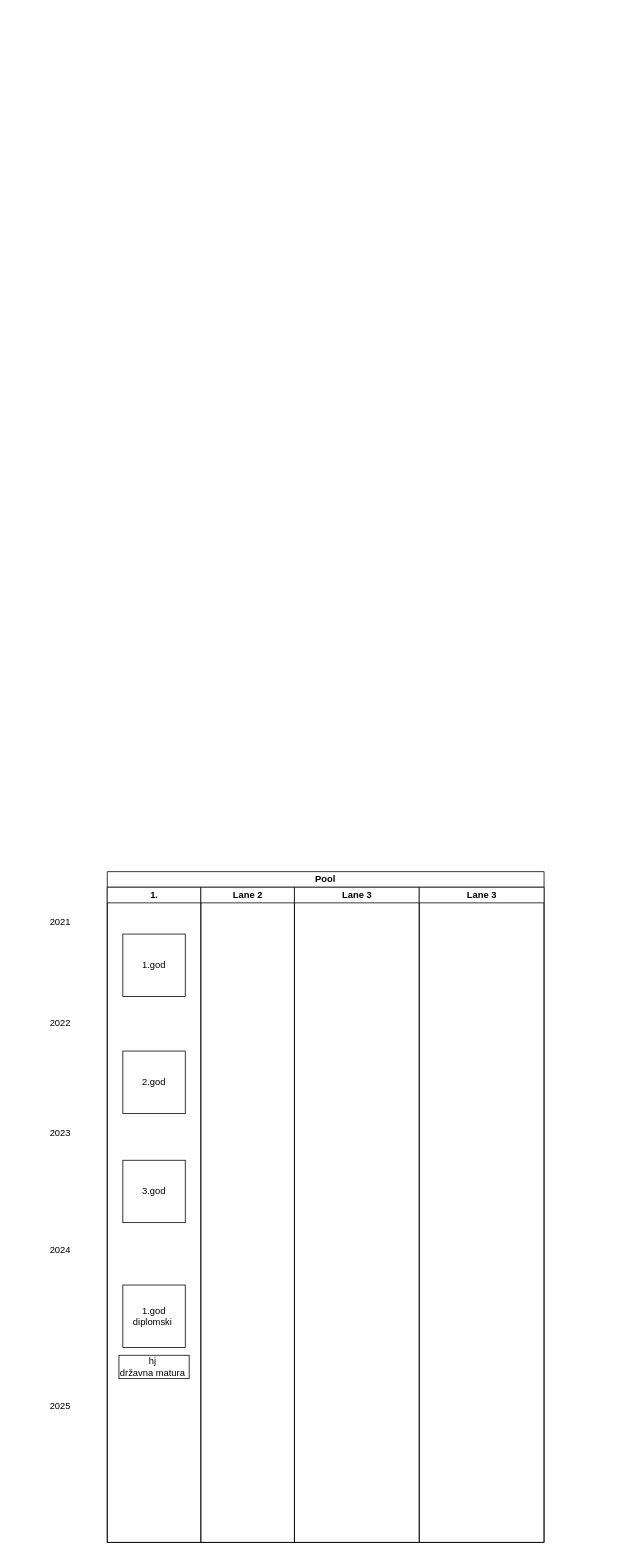
This is Untitled Diagram.drawio from RankoSimic/mix, a draw.io file, before an edit. Source tidied: cells renumbered, new cells numbered last; positions are measured from the earlier drawing's top-left corner, leaving out a move shared by most shapes. Both pictures are drawn from the tidied source at 78%, with x=0, y=0 at pixel (37, 871).
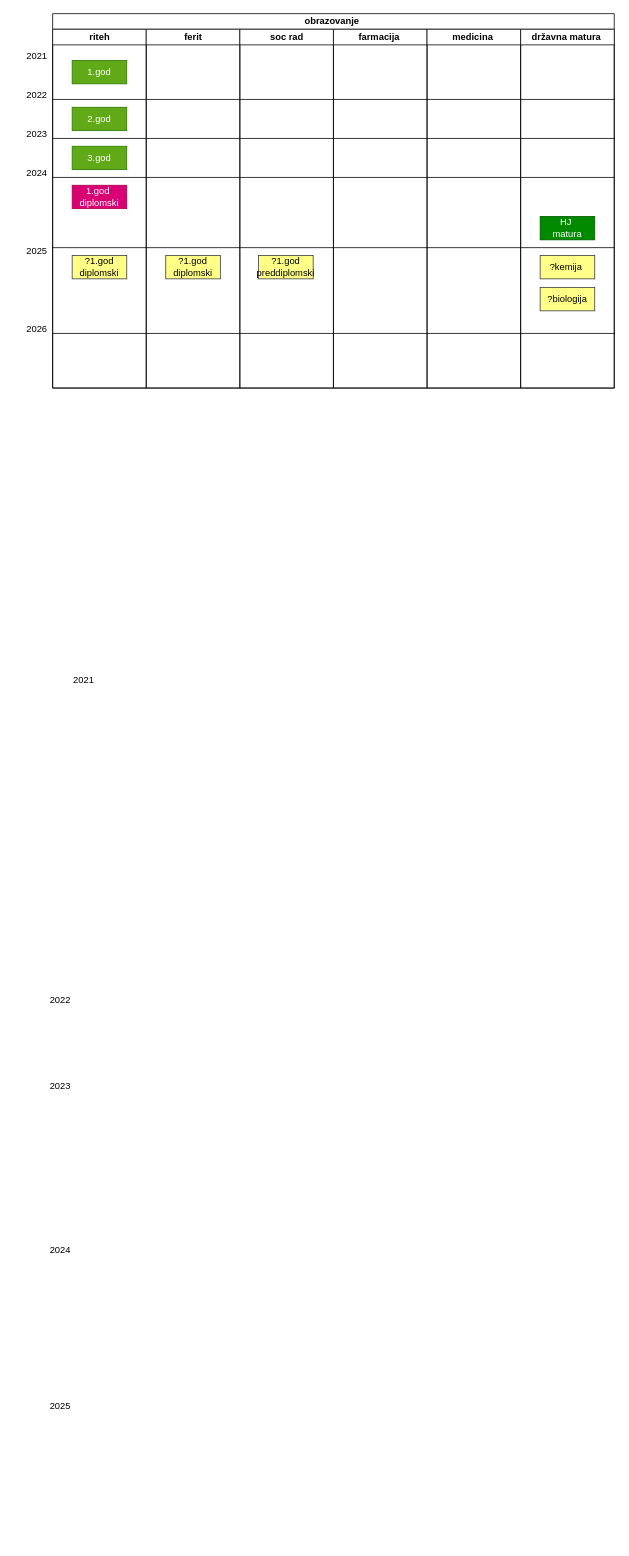
Above is the later version.

What changed in the source:
```diff
@@
-    <mxCell id="2" value="Pool" style="swimlane;html=1;startSize=20;whiteSpace=wrap;" parent="1" vertex="1">
-      <mxGeometry x="90" width="560" height="860" as="geometry" />
-    </mxCell>
-    <mxCell id="3" value="1." style="swimlane;html=1;startSize=20;" parent="2" vertex="1">
-      <mxGeometry y="20" width="120" height="840" as="geometry" />
-    </mxCell>
-    <mxCell id="4" value="1.god" style="whiteSpace=wrap;html=1;" parent="3" vertex="1">
-      <mxGeometry x="20" y="60" width="80" height="80" as="geometry" />
-    </mxCell>
-    <mxCell id="5" value="2.god" style="whiteSpace=wrap;html=1;" parent="3" vertex="1">
-      <mxGeometry x="20" y="210" width="80" height="80" as="geometry" />
-    </mxCell>
-    <mxCell id="6" value="3.god" style="whiteSpace=wrap;html=1;" parent="3" vertex="1">
-      <mxGeometry x="20" y="350" width="80" height="80" as="geometry" />
-    </mxCell>
-    <mxCell id="7" value="1.god&lt;div&gt;diplomski&amp;nbsp;&lt;/div&gt;" style="whiteSpace=wrap;html=1;" parent="3" vertex="1">
-      <mxGeometry x="20" y="510" width="80" height="80" as="geometry" />
-    </mxCell>
-    <mxCell id="8" value="hj&amp;nbsp;&lt;div&gt;državna matura&amp;nbsp;&lt;/div&gt;" style="rounded=0;whiteSpace=wrap;html=1;" parent="3" vertex="1">
-      <mxGeometry x="15" y="600" width="90" height="30" as="geometry" />
-    </mxCell>
-    <mxCell id="9" value="Lane 2" style="swimlane;html=1;startSize=20;" parent="2" vertex="1">
-      <mxGeometry x="120" y="20" width="120" height="840" as="geometry" />
-    </mxCell>
-    <mxCell id="10" value="Lane 3" style="swimlane;html=1;startSize=20;" parent="2" vertex="1">
-      <mxGeometry x="240" y="20" width="160" height="840" as="geometry" />
-    </mxCell>
-    <mxCell id="11" value="Lane 3" style="swimlane;html=1;startSize=20;" parent="2" vertex="1">
-      <mxGeometry x="400" y="20" width="160" height="840" as="geometry" />
-    </mxCell>
     <mxCell id="12" value="2021" style="text;html=1;align=center;verticalAlign=middle;whiteSpace=wrap;rounded=0;" parent="1" vertex="1">
-      <mxGeometry y="50" width="60" height="30" as="geometry" />
+      <mxGeometry x="30" y="-260" width="60" height="30" as="geometry" />
     </mxCell>
     <mxCell id="13" value="2022" style="text;html=1;align=center;verticalAlign=middle;whiteSpace=wrap;rounded=0;" parent="1" vertex="1">
-      <mxGeometry y="180" width="60" height="30" as="geometry" />
+      <mxGeometry y="150" width="60" height="30" as="geometry" />
     </mxCell>
     <mxCell id="14" value="2023" style="text;html=1;align=center;verticalAlign=middle;whiteSpace=wrap;rounded=0;" parent="1" vertex="1">
-      <mxGeometry y="320" width="60" height="30" as="geometry" />
+      <mxGeometry y="260" width="60" height="30" as="geometry" />
     </mxCell>
@@
+    <mxCell id="17" value="obrazovanje&amp;nbsp;" style="swimlane;html=1;startSize=20;whiteSpace=wrap;" parent="1" vertex="1">
+      <mxGeometry x="20" y="-1100" width="720" height="480" as="geometry" />
+    </mxCell>
+    <mxCell id="18" value="riteh" style="swimlane;html=1;startSize=20;" parent="17" vertex="1">
+      <mxGeometry y="20" width="120" height="460" as="geometry" />
+    </mxCell>
+    <mxCell id="4" value="1.god" style="rounded=0;whiteSpace=wrap;html=1;fillColor=#60a917;fontColor=#ffffff;strokeColor=#2D7600;" parent="18" vertex="1">
+      <mxGeometry x="25" y="40" width="70" height="30" as="geometry" />
+    </mxCell>
+    <mxCell id="5" value="2.god" style="rounded=0;whiteSpace=wrap;html=1;fillColor=#60a917;fontColor=#ffffff;strokeColor=#2D7600;" parent="18" vertex="1">
+      <mxGeometry x="25" y="100" width="70" height="30" as="geometry" />
+    </mxCell>
+    <mxCell id="6" value="3.god" style="rounded=0;whiteSpace=wrap;html=1;fillColor=#60a917;fontColor=#ffffff;strokeColor=#2D7600;" parent="18" vertex="1">
+      <mxGeometry x="25" y="150" width="70" height="30" as="geometry" />
+    </mxCell>
+    <mxCell id="7" value="1.god&amp;nbsp;&lt;div&gt;diplomski&lt;/div&gt;" style="rounded=0;whiteSpace=wrap;html=1;fillColor=#d80073;fontColor=#ffffff;strokeColor=#A50040;" parent="18" vertex="1">
+      <mxGeometry x="25" y="200" width="70" height="30" as="geometry" />
+    </mxCell>
+    <mxCell id="19" value="?1.god&lt;div&gt;diplomski&lt;/div&gt;" style="rounded=0;whiteSpace=wrap;html=1;fillColor=#ffff88;strokeColor=#36393d;" parent="18" vertex="1">
+      <mxGeometry x="25" y="290" width="70" height="30" as="geometry" />
+    </mxCell>
+    <mxCell id="20" value="ferit" style="swimlane;html=1;startSize=20;" parent="17" vertex="1">
+      <mxGeometry x="120" y="20" width="120" height="460" as="geometry" />
+    </mxCell>
+    <mxCell id="21" style="endArrow=none;html=1;rounded=0;exitX=0.833;exitY=0.667;exitDx=0;exitDy=0;exitPerimeter=0;" parent="20" edge="1">
+      <mxGeometry relative="1" as="geometry">
+        <mxPoint x="-120" y="140" as="sourcePoint" />
+        <mxPoint x="600" y="140" as="targetPoint" />
+      </mxGeometry>
+    </mxCell>
+    <mxCell id="22" style="endArrow=none;html=1;rounded=0;exitX=0.833;exitY=0.667;exitDx=0;exitDy=0;exitPerimeter=0;" parent="20" edge="1">
+      <mxGeometry relative="1" as="geometry">
+        <mxPoint x="-120" y="190" as="sourcePoint" />
+        <mxPoint x="600" y="190" as="targetPoint" />
+      </mxGeometry>
+    </mxCell>
+    <mxCell id="23" style="endArrow=none;html=1;rounded=0;exitX=0.833;exitY=0.667;exitDx=0;exitDy=0;exitPerimeter=0;" parent="20" edge="1">
+      <mxGeometry relative="1" as="geometry">
+        <mxPoint x="-120" y="280" as="sourcePoint" />
+        <mxPoint x="600" y="280" as="targetPoint" />
+      </mxGeometry>
+    </mxCell>
+    <mxCell id="24" style="endArrow=none;html=1;rounded=0;exitX=0.833;exitY=0.667;exitDx=0;exitDy=0;exitPerimeter=0;" parent="20" edge="1">
+      <mxGeometry relative="1" as="geometry">
+        <mxPoint x="-120" y="390" as="sourcePoint" />
+        <mxPoint x="600" y="390" as="targetPoint" />
+      </mxGeometry>
+    </mxCell>
+    <mxCell id="25" value="?1.god&lt;div&gt;diplomski&lt;/div&gt;" style="rounded=0;whiteSpace=wrap;html=1;fillColor=#ffff88;strokeColor=#36393d;" parent="20" vertex="1">
+      <mxGeometry x="25" y="290" width="70" height="30" as="geometry" />
+    </mxCell>
+    <mxCell id="26" value="soc rad" style="swimlane;html=1;startSize=20;" parent="17" vertex="1">
+      <mxGeometry x="240" y="20" width="120" height="460" as="geometry" />
+    </mxCell>
+    <mxCell id="27" value="?1.god&lt;div&gt;preddiplomski&lt;/div&gt;" style="rounded=0;whiteSpace=wrap;html=1;fillColor=#ffff88;strokeColor=#36393d;" parent="26" vertex="1">
+      <mxGeometry x="24" y="290" width="70" height="30" as="geometry" />
+    </mxCell>
+    <mxCell id="28" value="farmacija&amp;nbsp;" style="swimlane;html=1;startSize=20;" parent="17" vertex="1">
+      <mxGeometry x="360" y="20" width="120" height="460" as="geometry" />
+    </mxCell>
+    <mxCell id="29" value="medicina&amp;nbsp;" style="swimlane;html=1;startSize=20;" parent="17" vertex="1">
+      <mxGeometry x="480" y="20" width="120" height="460" as="geometry" />
+    </mxCell>
+    <mxCell id="30" value="državna matura&amp;nbsp;" style="swimlane;html=1;startSize=20;" parent="17" vertex="1">
+      <mxGeometry x="600" y="20" width="120" height="460" as="geometry" />
+    </mxCell>
+    <mxCell id="31" value="HJ&amp;nbsp;&lt;div&gt;matura&lt;/div&gt;" style="rounded=0;whiteSpace=wrap;html=1;fillColor=#008a00;fontColor=#ffffff;strokeColor=#005700;" parent="30" vertex="1">
+      <mxGeometry x="25" y="240" width="70" height="30" as="geometry" />
+    </mxCell>
+    <mxCell id="32" value="?kemija&amp;nbsp;" style="rounded=0;whiteSpace=wrap;html=1;fillColor=#ffff88;strokeColor=#36393d;" parent="30" vertex="1">
+      <mxGeometry x="25" y="290" width="70" height="30" as="geometry" />
+    </mxCell>
+    <mxCell id="33" value="?biologija" style="rounded=0;whiteSpace=wrap;html=1;fillColor=#ffff88;strokeColor=#36393d;" parent="30" vertex="1">
+      <mxGeometry x="25" y="331" width="70" height="30" as="geometry" />
+    </mxCell>
+    <mxCell id="34" value="2021" style="text;html=1;align=center;verticalAlign=middle;whiteSpace=wrap;rounded=0;" parent="1" vertex="1">
+      <mxGeometry x="-30" y="-1060" width="60" height="30" as="geometry" />
+    </mxCell>
+    <mxCell id="35" value="2022" style="text;html=1;align=center;verticalAlign=middle;whiteSpace=wrap;rounded=0;" parent="1" vertex="1">
+      <mxGeometry x="-30" y="-1010" width="60" height="30" as="geometry" />
+    </mxCell>
+    <mxCell id="36" value="2023" style="text;html=1;align=center;verticalAlign=middle;whiteSpace=wrap;rounded=0;" parent="1" vertex="1">
+      <mxGeometry x="-30" y="-960" width="60" height="30" as="geometry" />
+    </mxCell>
+    <mxCell id="37" value="2024" style="text;html=1;align=center;verticalAlign=middle;whiteSpace=wrap;rounded=0;" parent="1" vertex="1">
+      <mxGeometry x="-30" y="-910" width="60" height="30" as="geometry" />
+    </mxCell>
+    <mxCell id="38" value="2025" style="text;html=1;align=center;verticalAlign=middle;whiteSpace=wrap;rounded=0;" parent="1" vertex="1">
+      <mxGeometry x="-30" y="-810" width="60" height="30" as="geometry" />
+    </mxCell>
+    <mxCell id="39" value="2026" style="text;html=1;align=center;verticalAlign=middle;whiteSpace=wrap;rounded=0;" parent="1" vertex="1">
+      <mxGeometry x="-30" y="-710" width="60" height="30" as="geometry" />
+    </mxCell>
+    <mxCell id="40" style="endArrow=none;html=1;rounded=0;exitX=0.833;exitY=0.667;exitDx=0;exitDy=0;exitPerimeter=0;" parent="1" edge="1" source="35">
+      <mxGeometry relative="1" as="geometry">
+        <mxPoint x="740" y="-990" as="targetPoint" />
+      </mxGeometry>
+    </mxCell>
```
